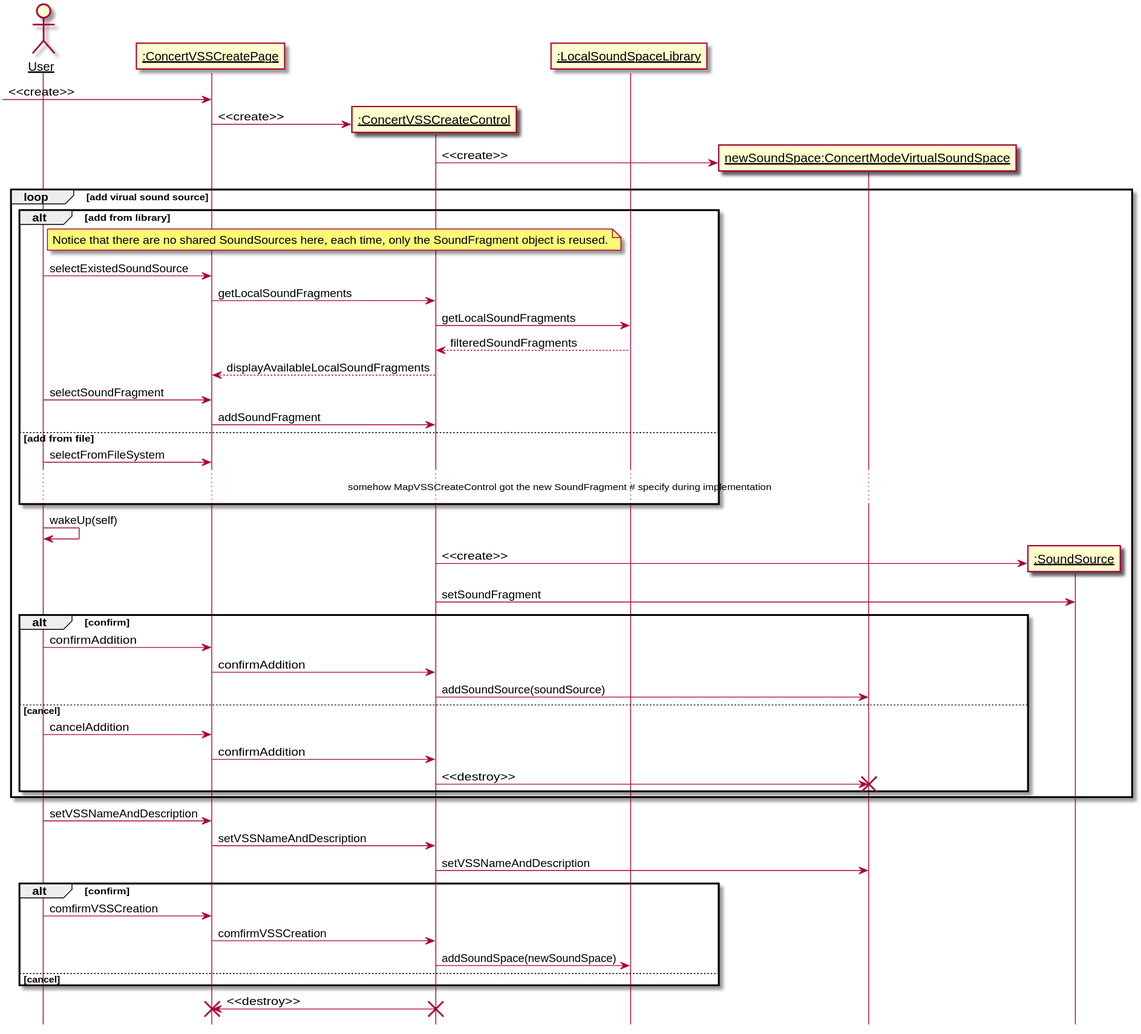
This is 需求定义和分析/CreateConcertModeVSS.svg from kpp19920121/doc, a PlantUML export, as it was before one commit.
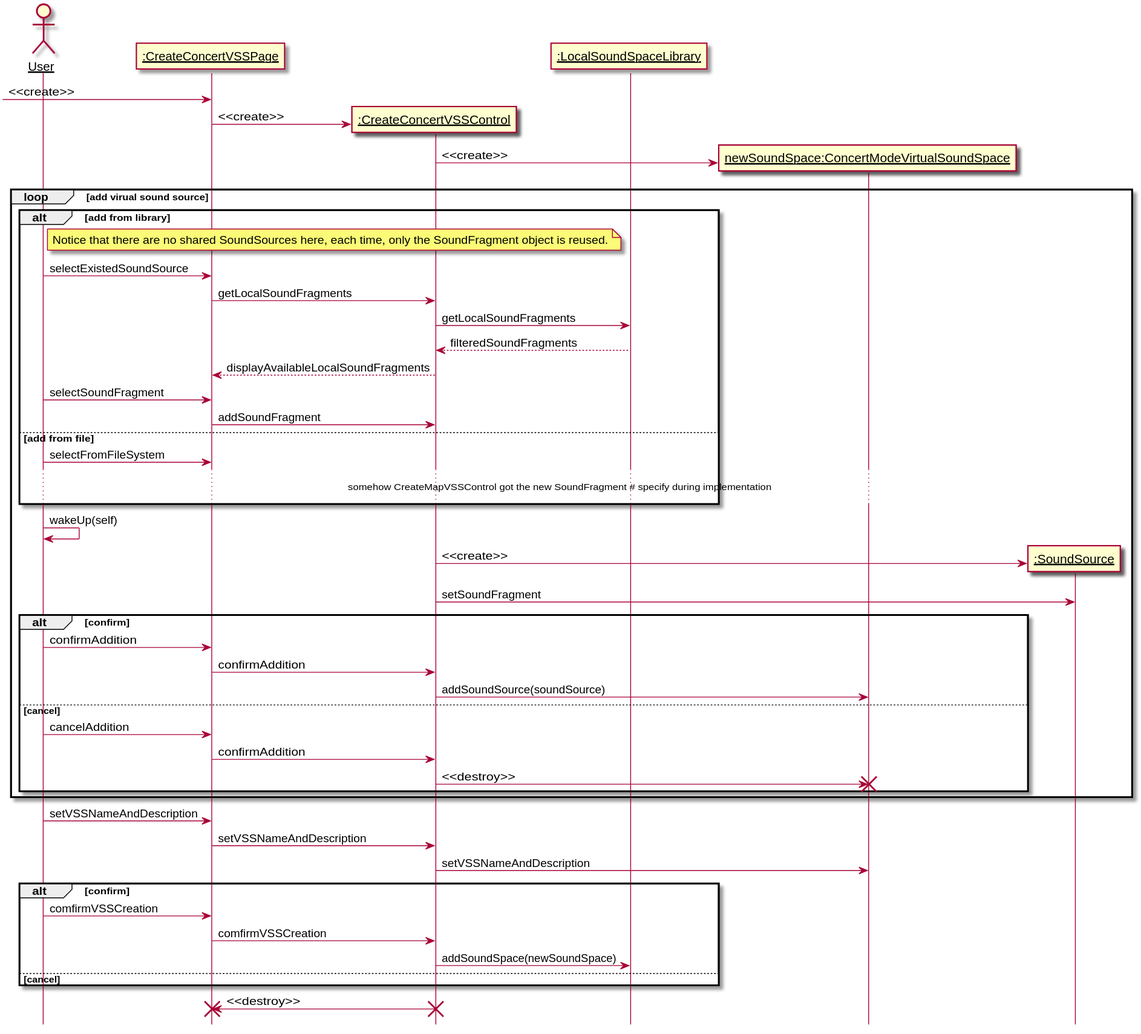
After the commit.

The edit, as a diff of the source:
```diff
@@ -4,8 +4,8 @@
 
 
 actor User as user
-participant ":ConcertVSSCreatePage" as createboundary
-participant ":ConcertVSSCreateControl" as createcontrol
+participant ":CreateConcertVSSPage" as createboundary
+participant ":CreateConcertVSSControl" as createcontrol
 participant ":LocalSoundSpaceLibrary" as library
 participant "newSoundSpace:ConcertModeVirtualSoundSpace" as newspace
 
@@ -28,7 +28,7 @@
         createboundary -> createcontrol: addSoundFragment
     else add from file
         user -> createboundary: selectFromFileSystem
-        ...somehow MapVSSCreateControl got the new SoundFragment # specify during implementation...
+        ...somehow CreateMapVSSControl got the new SoundFragment # specify during implementation...
     end
 
 
```
